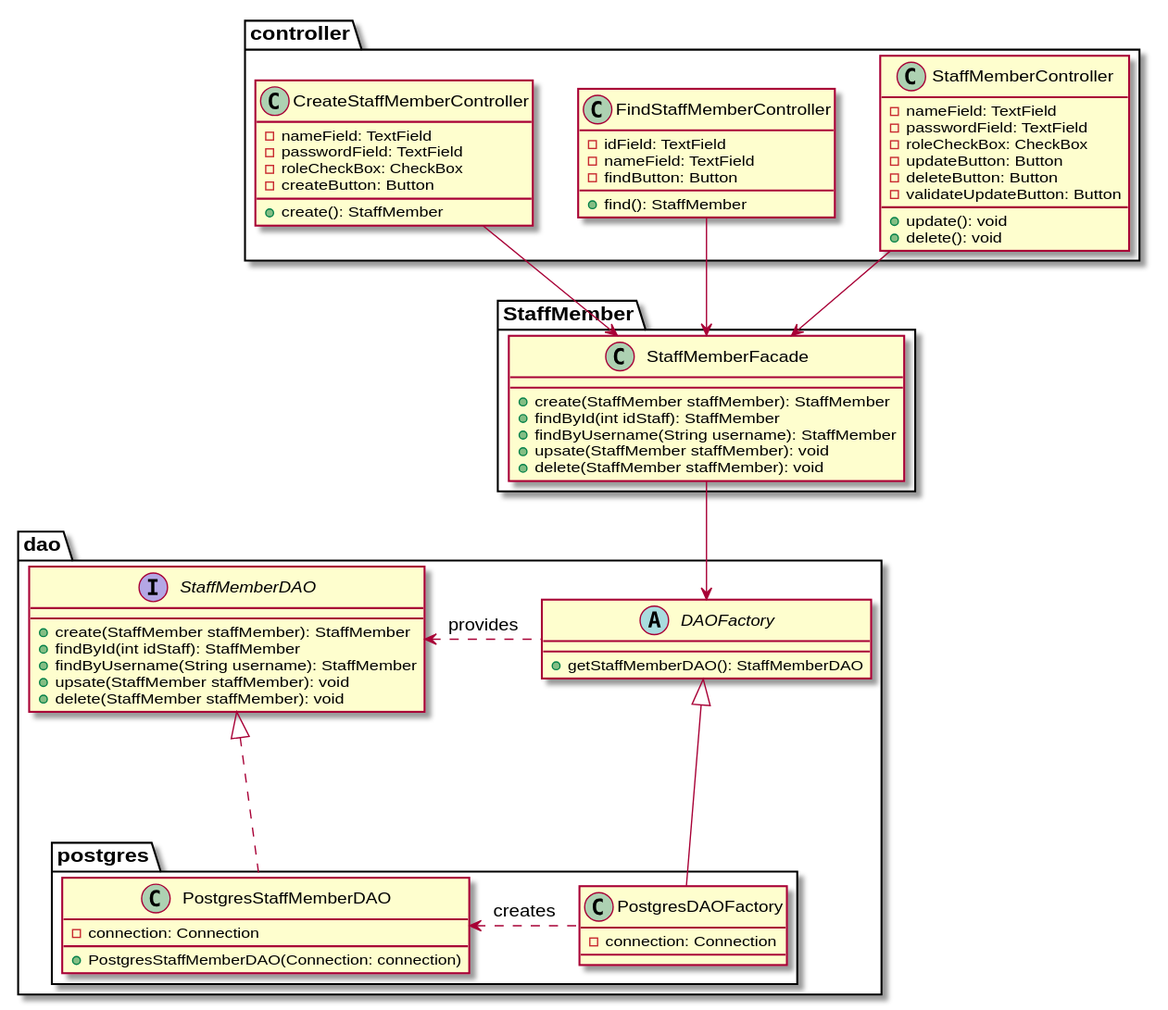
This is specifications/software-design/employee-crud/employee-crud-class-diagram.svg from BrokenSwing/Comixaire, a PlantUML export, as it was before one commit. The source it was exported from:
```plantuml
@startuml
package controller {

  class CreateStaffMemberController {
    -nameField: TextField
    -passwordField: TextField
    -roleCheckBox: CheckBox
    -createButton: Button
    +create(): StaffMember
  }

  class FindStaffMemberController {
    -idField: TextField
    -nameField: TextField
    -findButton: Button
    +find(): StaffMember
  }

  class StaffMemberController {
    -nameField: TextField
    -passwordField: TextField
    -roleCheckBox: CheckBox
    -updateButton: Button
    -deleteButton: Button
    -validateUpdateButton: Button
    +update(): void
    +delete(): void
  }

}

package StaffMember {

  class StaffMemberFacade {
    +create(StaffMember staffMember): StaffMember
    +findById(int idStaff): StaffMember
    +findByUsername(String username): StaffMember
    +upsate(StaffMember staffMember): void
    +delete(StaffMember staffMember): void
  }

}

package dao {

  abstract class DAOFactory {
    +getStaffMemberDAO(): StaffMemberDAO
  }

  interface StaffMemberDAO {
    +create(StaffMember staffMember): StaffMember
    +findById(int idStaff): StaffMember
    +findByUsername(String username): StaffMember
    +upsate(StaffMember staffMember): void
    +delete(StaffMember staffMember): void
  }

  package postgres {

    class PostgresStaffMemberDAO implements StaffMemberDAO {
      -connection: Connection
      +PostgresStaffMemberDAO(Connection: connection)
    }

    class PostgresDAOFactory extends DAOFactory {
      -connection: Connection
    }

  }

}

PostgresDAOFactory .left> PostgresStaffMemberDAO : "creates"
DAOFactory .left> StaffMemberDAO : "provides"


StaffMemberFacade -down-> DAOFactory
CreateStaffMemberController --> StaffMemberFacade
FindStaffMemberController --> StaffMemberFacade
StaffMemberController --> StaffMemberFacade
@enduml
```
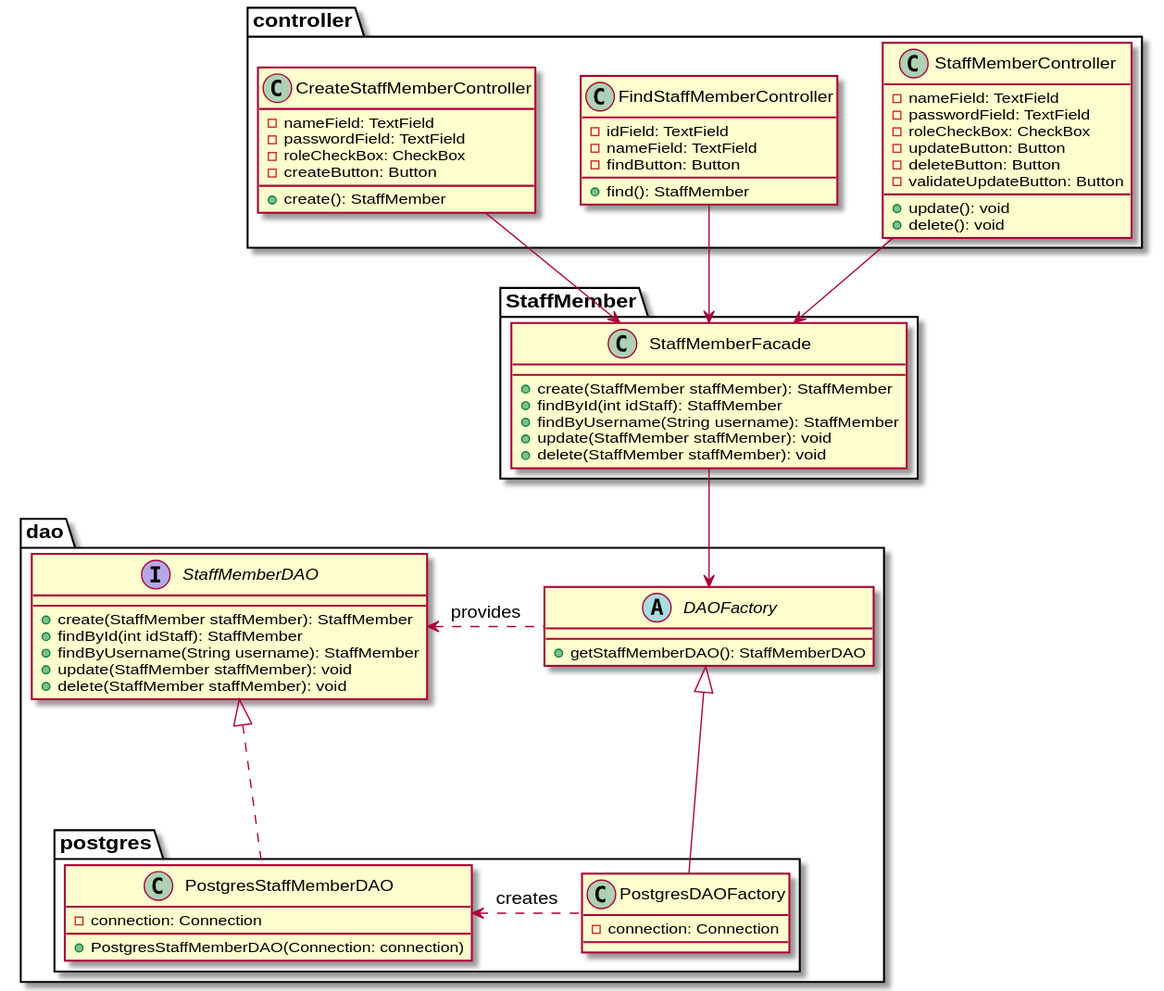
The same diagram one commit later.

Commit message:
fix typo in employee crud class diagram

The edit, as a diff of the source:
```diff
@@ -35,7 +35,7 @@
     +create(StaffMember staffMember): StaffMember
     +findById(int idStaff): StaffMember
     +findByUsername(String username): StaffMember
-    +upsate(StaffMember staffMember): void
+    +update(StaffMember staffMember): void
     +delete(StaffMember staffMember): void
   }
 
@@ -51,7 +51,7 @@
     +create(StaffMember staffMember): StaffMember
     +findById(int idStaff): StaffMember
     +findByUsername(String username): StaffMember
-    +upsate(StaffMember staffMember): void
+    +update(StaffMember staffMember): void
     +delete(StaffMember staffMember): void
   }
 
```
